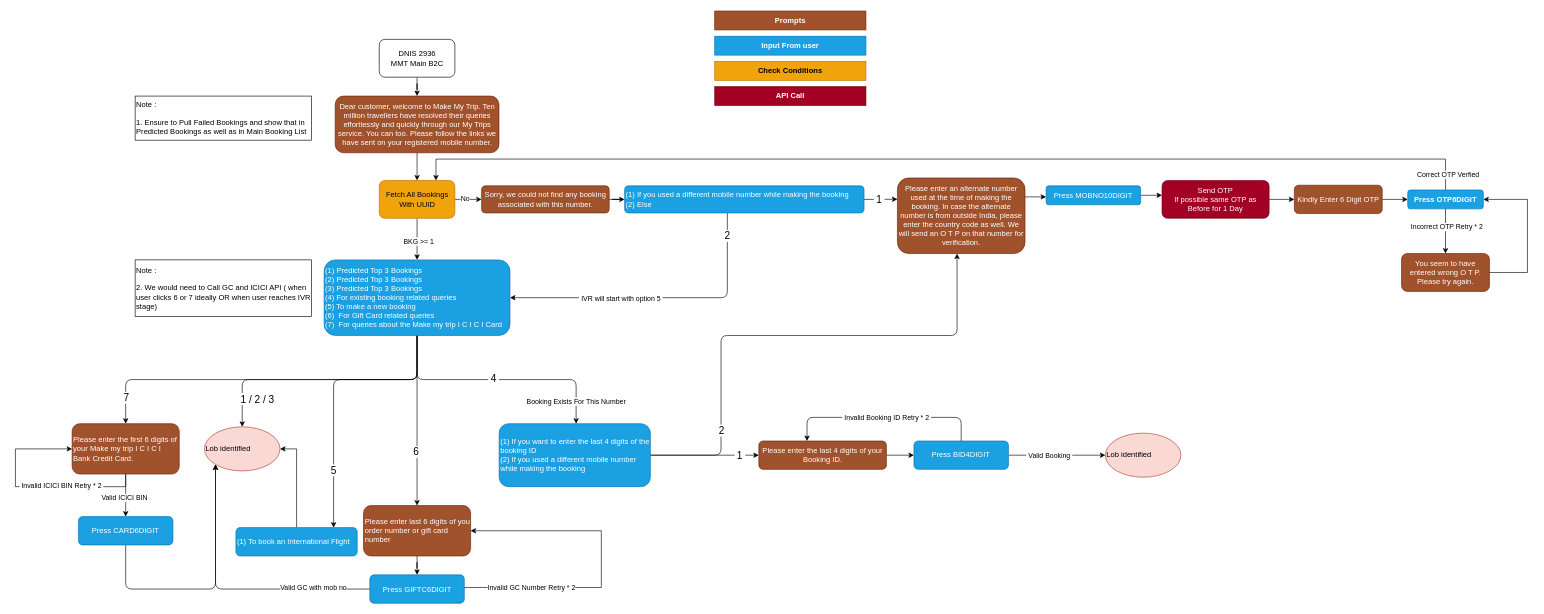
Earlier version of the draw.io diagram IVR.drawio (gommtsahil/draw.io). Source tidied: cells renumbered, new cells numbered last; positions are measured from the earlier drawing's top-left corner, leaving out a move shared by most shapes. Both pictures are drawn from the tidied source at 63%, with x=0, y=0 at pixel (15, 11).
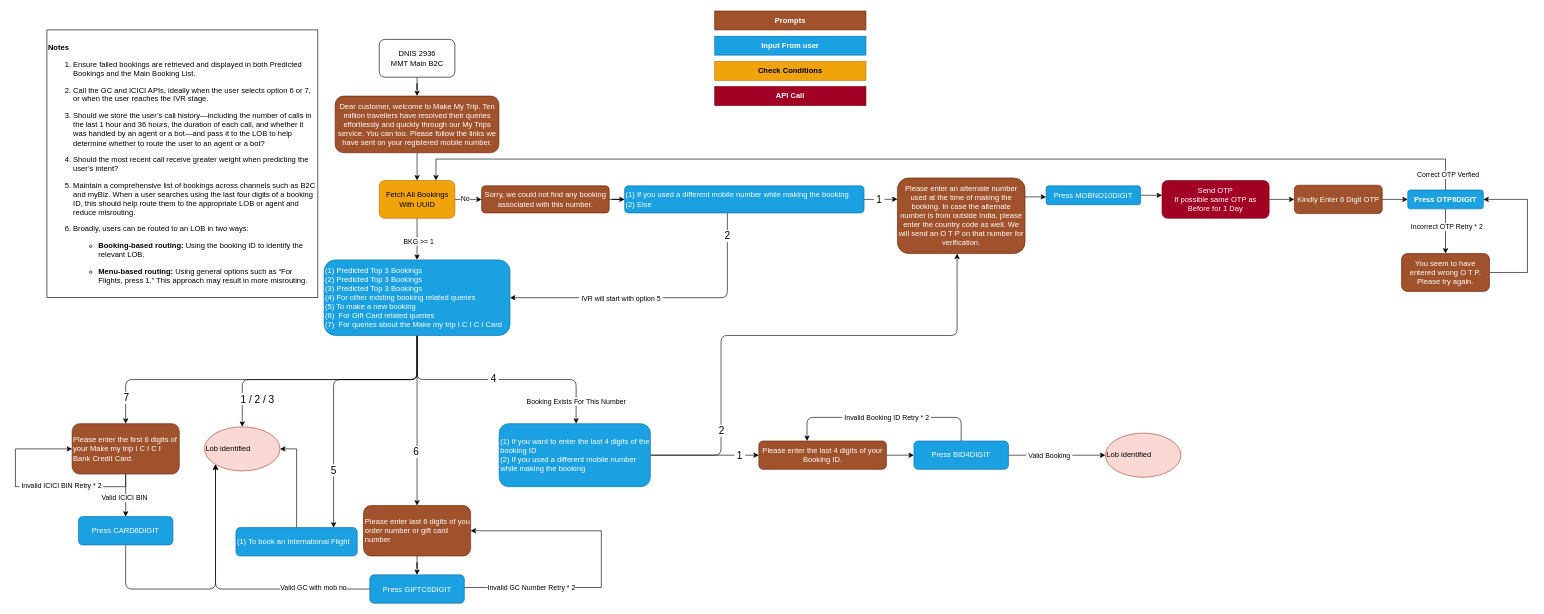
After the change.

What changed in the source:
```diff
@@
-    <mxCell id="28" value="(1) Predicted Top 3 Bookings&lt;br&gt;(2) Predicted Top 3 Bookings&lt;br&gt;(3) Predicted Top 3 Bookings&lt;br&gt;(4) For existing booking related queries&lt;br&gt;(5) To make a new booking&lt;br&gt;(6)&amp;nbsp; For Gift Card related queries&lt;br&gt;(7)&amp;nbsp; For queries about the Make my trip I C I C I Card" style="whiteSpace=wrap;html=1;fillColor=#1ba1e2;strokeColor=#006EAF;fontColor=#ffffff;rounded=1;roundedPerimeter=1;align=left;" parent="1" vertex="1">
+    <mxCell id="28" value="(1) Predicted Top 3 Bookings&lt;br&gt;(2) Predicted Top 3 Bookings&lt;br&gt;(3) Predicted Top 3 Bookings&lt;br&gt;(4) For other existing booking related queries&lt;br&gt;(5) To make a new booking&lt;br&gt;(6)&amp;nbsp; For Gift Card related queries&lt;br&gt;(7)&amp;nbsp; For queries about the Make my trip I C I C I Card" style="whiteSpace=wrap;html=1;fillColor=#1ba1e2;strokeColor=#006EAF;fontColor=#ffffff;rounded=1;roundedPerimeter=1;align=left;" parent="1" vertex="1">
       <mxGeometry x="490" y="395" width="295" height="120" as="geometry" />
     </mxCell>
@@
-    <mxCell id="80" value="&lt;div align=&quot;left&quot;&gt;Note :&amp;nbsp;&lt;/div&gt;&lt;div align=&quot;left&quot;&gt;&lt;br&gt;1. Ensure to Pull Failed Bookings and show that in Predicted Bookings as well as in Main Booking List&lt;/div&gt;" style="rounded=0;whiteSpace=wrap;html=1;align=left;" parent="1" vertex="1">
-      <mxGeometry x="190" y="135" width="280" height="70" as="geometry" />
+    <mxCell id="80" value="&lt;p&gt;&lt;strong&gt;&lt;span&gt;Notes&lt;/span&gt;&lt;/strong&gt;&lt;/p&gt;&lt;ol start=&quot;1&quot;&gt;&lt;li&gt;&lt;p&gt;&lt;span&gt;Ensure failed bookings are retrieved and displayed in both Predicted Bookings and the Main Booking List.&lt;/span&gt;&lt;/p&gt;&lt;/li&gt;&lt;li&gt;&lt;p&gt;&lt;span&gt;Call the GC and ICICI APIs, ideally when the user selects option 6 or 7, or when the user reaches the IVR stage.&lt;/span&gt;&lt;/p&gt;&lt;/li&gt;&lt;li&gt;&lt;p&gt;&lt;span&gt;Should we store the user’s call history—including the number of calls in the last 1 hour and 36 hours, the duration of each call, and whether it was handled by an agent or a bot—and pass it to the LOB to help determine whether to route the user to an agent or a bot?&lt;/span&gt;&lt;/p&gt;&lt;/li&gt;&lt;li&gt;&lt;p&gt;&lt;span&gt;Should the most recent call receive greater weight when predicting the user’s intent?&lt;/span&gt;&lt;/p&gt;&lt;/li&gt;&lt;li&gt;&lt;p&gt;&lt;span&gt;Maintain a comprehensive list of bookings across channels such as B2C and myBiz. When a user searches using the last four digits of a booking ID, this should help route them to the appropriate LOB or agent and reduce misrouting.&lt;/span&gt;&lt;/p&gt;&lt;/li&gt;&lt;li&gt;&lt;p&gt;&lt;span&gt;Broadly, users can be routed to an LOB in two ways:&lt;/span&gt;&lt;/p&gt;&lt;ul&gt;&lt;li&gt;&lt;p&gt;&lt;strong&gt;&lt;span&gt;Booking-based routing:&lt;/span&gt;&lt;/strong&gt;&lt;span&gt; Using the booking ID to identify the relevant LOB.&lt;/span&gt;&lt;/p&gt;&lt;/li&gt;&lt;li&gt;&lt;p&gt;&lt;strong&gt;&lt;span&gt;Menu-based routing:&lt;/span&gt;&lt;/strong&gt;&lt;span&gt; Using general options such as “For Flights, press 1.” This approach may result in more misrouting.&lt;/span&gt;&lt;/p&gt;&lt;/li&gt;&lt;/ul&gt;&lt;/li&gt;&lt;/ol&gt;" style="rounded=0;whiteSpace=wrap;html=1;align=left;" parent="1" vertex="1">
+      <mxGeometry x="50" y="30" width="430" height="425" as="geometry" />
     </mxCell>
-    <mxCell id="81" value="&lt;div align=&quot;left&quot;&gt;Note :&lt;/div&gt;&lt;div align=&quot;left&quot;&gt;&amp;nbsp;&lt;/div&gt;&lt;div align=&quot;left&quot;&gt;2. We would need to Call GC and ICICI API ( when user clicks 6 or 7 ideally OR when user reaches IVR stage)&amp;nbsp;&lt;/div&gt;" style="rounded=0;whiteSpace=wrap;html=1;align=left;" parent="1" vertex="1">
-      <mxGeometry x="190" y="395" width="280" height="90" as="geometry" />
-    </mxCell>
```
